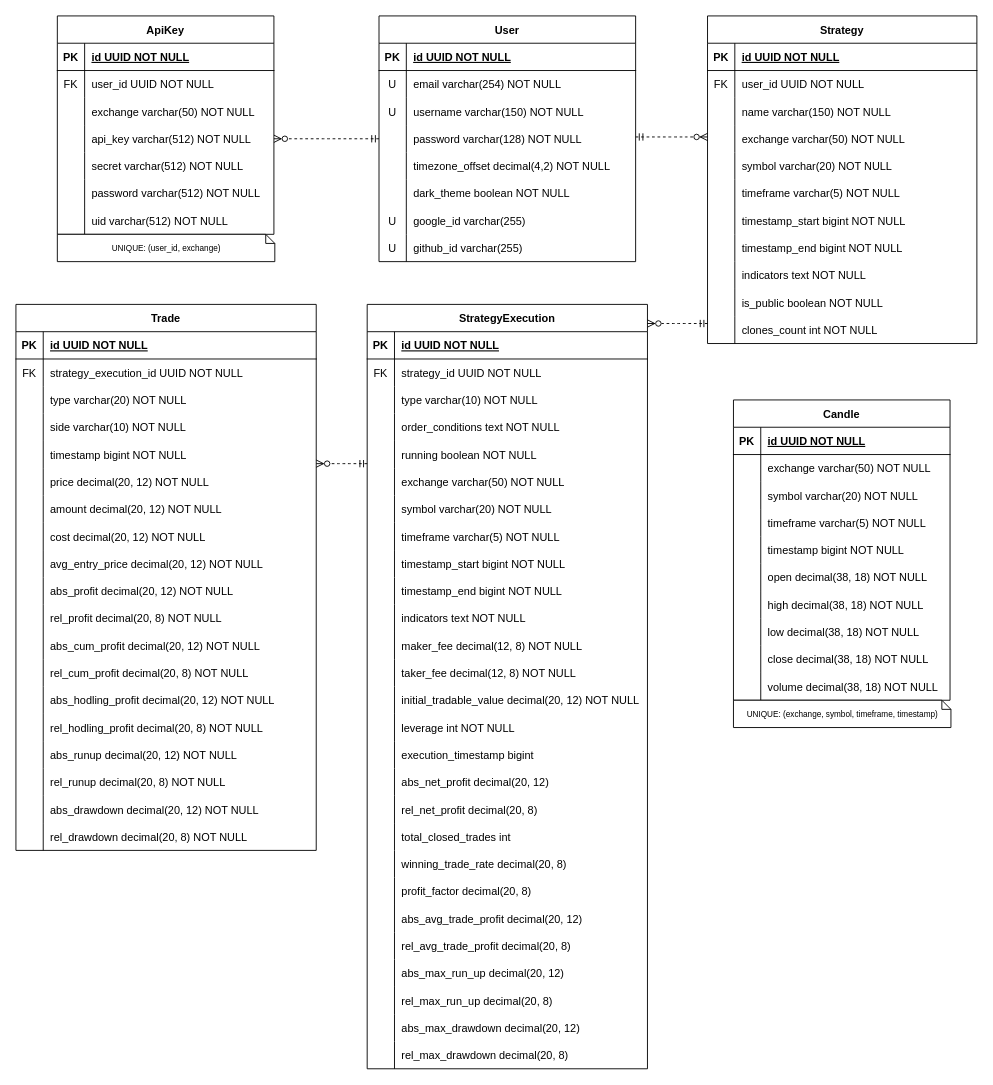
This is docs/ERD.drawio from pgr866/Stratify, a draw.io file, before an edit. Source tidied: cells renumbered, new cells numbered last; positions are measured from the earlier drawing's top-left corner, leaving out a move shared by most shapes. Both pictures are drawn from the tidied source at 91%, with x=0, y=0 at pixel (15, 15).
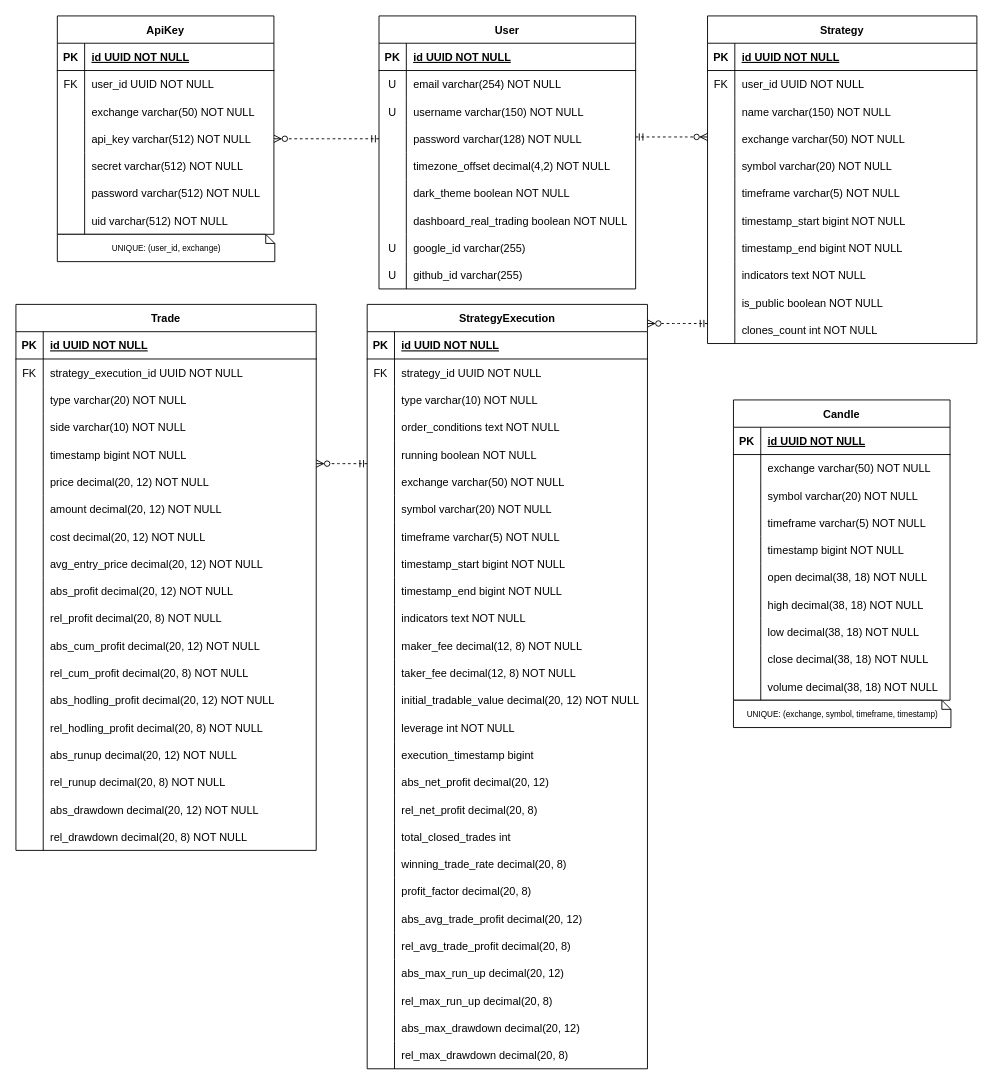
Above is the later version.

The edit, as a diff of the source:
```diff
@@
     <mxCell id="37" value="User" style="shape=table;startSize=30;childLayout=tableLayout;rowLines=0;fontStyle=1;align=center;" parent="1" vertex="1">
-      <mxGeometry x="399" width="282" height="270" as="geometry" />
+      <mxGeometry x="399" width="282" height="300" as="geometry" />
     </mxCell>
@@
+    <mxCell id="260" style="shape=partialRectangle;fillColor=none;top=0;left=0;right=0;bottom=0;" parent="37" vertex="1">
+      <mxGeometry y="210" width="282" height="30" as="geometry" />
+    </mxCell>
+    <mxCell id="261" style="shape=partialRectangle;overflow=hidden;fillColor=none;top=0;left=0;bottom=0;right=0;" parent="260" vertex="1">
+      <mxGeometry width="30" height="30" as="geometry" />
+    </mxCell>
+    <mxCell id="262" value="dashboard_real_trading boolean NOT NULL" style="shape=partialRectangle;overflow=hidden;fillColor=none;top=0;left=0;bottom=0;right=0;align=left;spacingLeft=6;" parent="260" vertex="1">
+      <mxGeometry x="30" width="252" height="30" as="geometry" />
+    </mxCell>
     <mxCell id="56" style="shape=partialRectangle;fillColor=none;top=0;left=0;right=0;bottom=0;" parent="37" vertex="1">
-      <mxGeometry y="210" width="282" height="30" as="geometry" />
+      <mxGeometry y="240" width="282" height="30" as="geometry" />
     </mxCell>
@@
     <mxCell id="59" style="shape=partialRectangle;fillColor=none;top=0;left=0;right=0;bottom=0;" parent="37" vertex="1">
-      <mxGeometry y="240" width="282" height="30" as="geometry" />
+      <mxGeometry y="270" width="282" height="30" as="geometry" />
     </mxCell>
```
